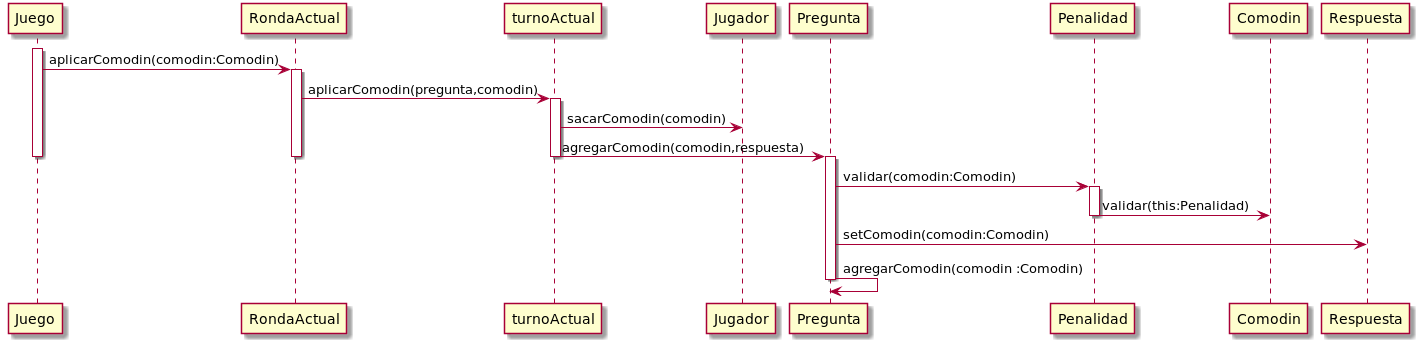
Above: src/main/java/edu/fiuba/algo3/Diagramas/png/DSAplicoComodin.png in Alex1161/TP2 (PlantUML), before the change.
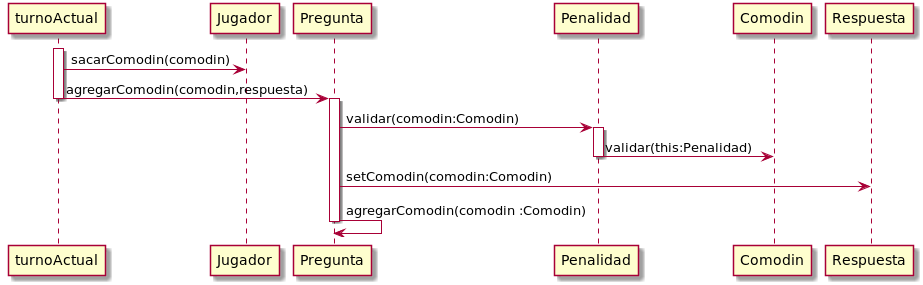
Later version of the same file.

Commit message:
modifico diagramas

What changed in the source:
```diff
@@ -1,16 +1,10 @@
 @startuml
-activate Juego
-Juego ->RondaActual:aplicarComodin(comodin:Comodin)
-activate RondaActual
-RondaActual ->turnoActual:aplicarComodin(pregunta,comodin)
 activate turnoActual
 turnoActual->Jugador:sacarComodin(comodin)
 turnoActual->Pregunta:agregarComodin(comodin,respuesta)
-
-deactivate Juego
-deactivate RondaActual
 deactivate turnoActual
 activate Pregunta
+
 
 Pregunta -> Penalidad:validar(comodin:Comodin)
 activate Penalidad
```
